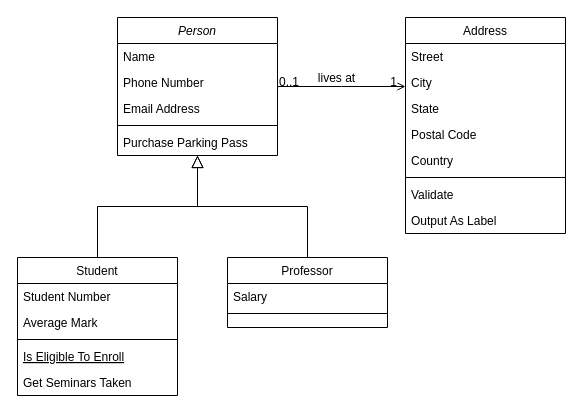
This is demo.drawio from ableou/hello_world, a draw.io file, before an edit. Source tidied: cells renumbered, new cells numbered last; positions are measured from the earlier drawing's top-left corner, leaving out a move shared by most shapes. Both pictures are drawn from the tidied source at 100%, with x=0, y=0 at pixel (17, 17).
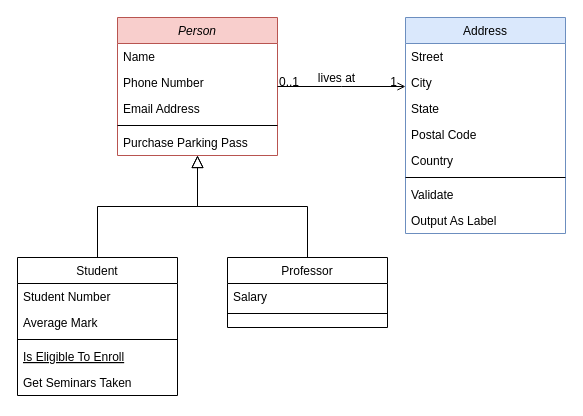
Above is the later version.

Diff of the diagram source:
```diff
@@
-    <mxCell id="2" value="Person" style="swimlane;fontStyle=2;align=center;verticalAlign=top;horizontal=1;startSize=26;rounded=0;shadow=0;strokeWidth=1;" parent="1" vertex="1">
+    <mxCell id="2" value="Person" style="swimlane;fontStyle=2;align=center;verticalAlign=top;horizontal=1;startSize=26;rounded=0;shadow=0;strokeWidth=1;fillColor=#f8cecc;strokeColor=#b85450;" parent="1" vertex="1">
       <mxGeometry x="100" width="160" height="138" as="geometry" />
     </mxCell>
@@
-    <mxCell id="19" value="Address" style="swimlane;fontStyle=0;align=center;verticalAlign=top;horizontal=1;startSize=26;rounded=0;shadow=0;strokeWidth=1;" parent="1" vertex="1">
+    <mxCell id="19" value="Address" style="swimlane;fontStyle=0;align=center;verticalAlign=top;horizontal=1;startSize=26;rounded=0;shadow=0;strokeWidth=1;fillColor=#dae8fc;strokeColor=#6c8ebf;" parent="1" vertex="1">
       <mxGeometry x="388" width="160" height="216" as="geometry" />
     </mxCell>
```
